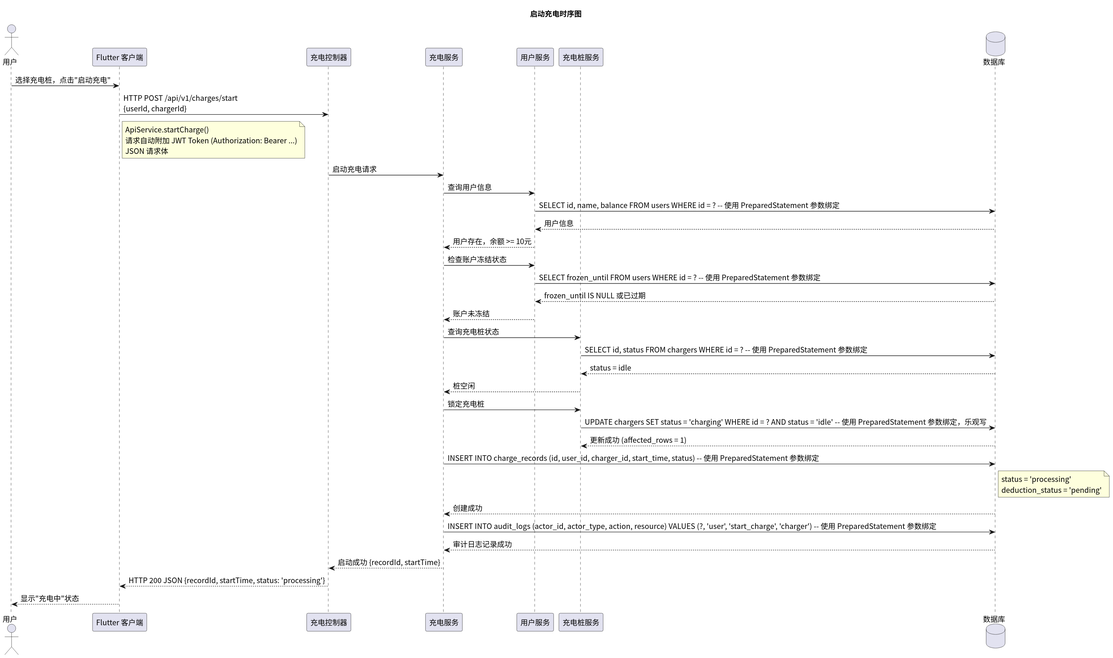
Before: time/img/sequence_charging.svg, a diagram exported from PlantUML (greenhandzdl/charging-station-doc).
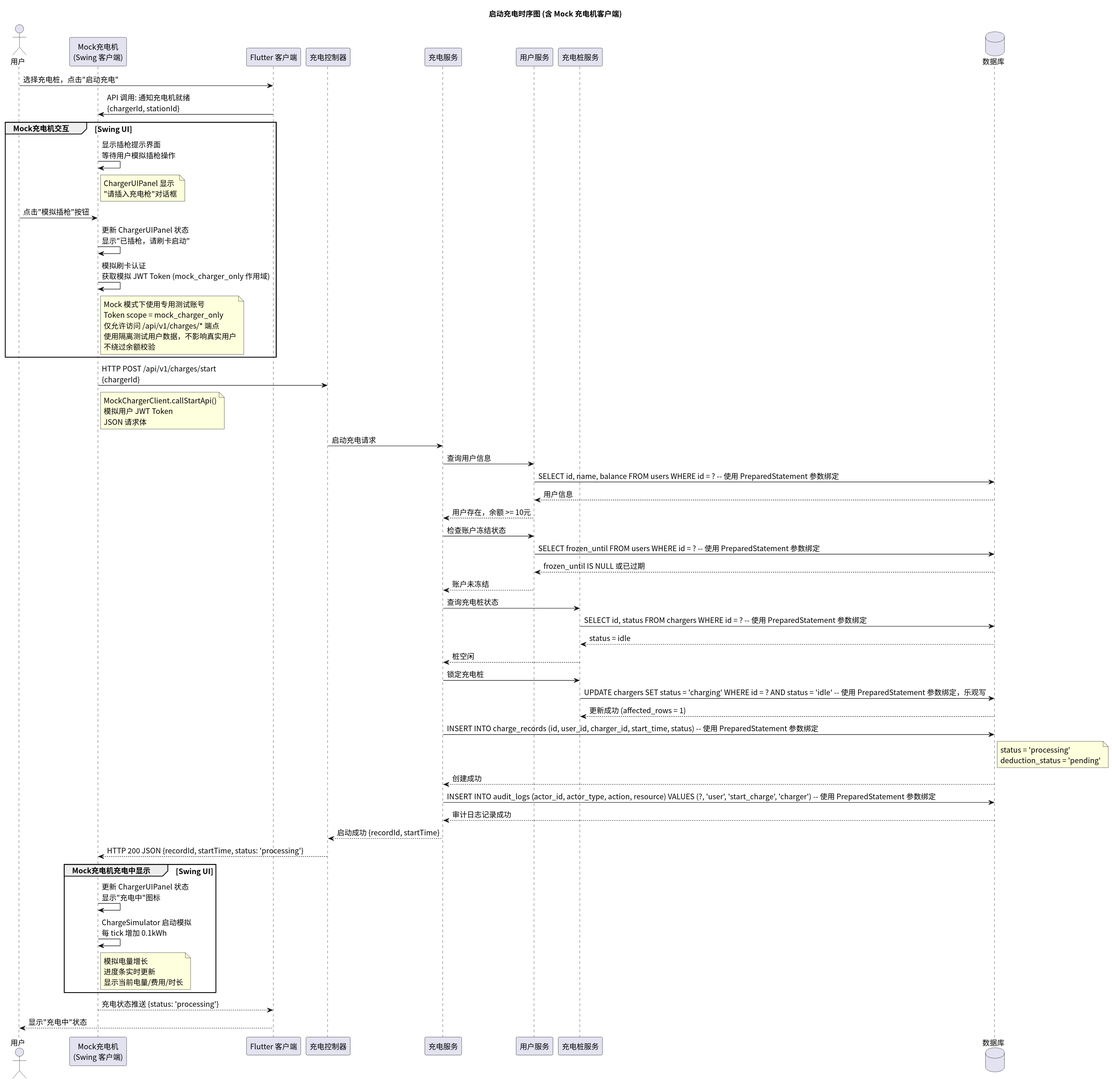
After the change.

What changed in the source:
```diff
@@ -1,9 +1,10 @@
 @startuml
 skinparam defaultFontName "Noto Sans CJK SC"
 skinparam defaultFontSize 14
-title 启动充电时序图
+title 启动充电时序图 (含 Mock 充电机客户端)
 
 actor 用户 as U
+participant "Mock充电机\n(Swing 客户端)" as MC
 participant "Flutter 客户端" as FE
 participant "充电控制器" as Ctrl
 participant "充电服务" as Service
@@ -12,8 +13,21 @@
 database 数据库 as DB
 
 U -> FE: 选择充电桩，点击"启动充电"
-FE -> Ctrl: HTTP POST /api/v1/charges/start\n{userId, chargerId}
-note right FE : ApiService.startCharge()\n请求自动附加 JWT Token (Authorization: Bearer ...)\nJSON 请求体
+FE -> MC: API 调用: 通知充电机就绪\n{chargerId, stationId}
+
+group Mock充电机交互 [Swing UI]
+  MC -> MC: 显示插枪提示界面\n等待用户模拟插枪操作
+  note right MC : ChargerUIPanel 显示\n"请插入充电枪"对话框
+
+  U -> MC: 点击"模拟插枪"按钮
+  MC -> MC: 更新 ChargerUIPanel 状态\n显示"已插枪，请刷卡启动"
+
+  MC -> MC: 模拟刷卡认证\n获取模拟 JWT Token (mock_charger_only 作用域)
+  note right MC : Mock 模式下使用专用测试账号\nToken scope = mock_charger_only\n仅允许访问 /api/v1/charges/* 端点\n使用隔离测试用户数据，不影响真实用户\n不绕过余额校验
+end
+
+MC -> Ctrl: HTTP POST /api/v1/charges/start\n{chargerId}
+note right MC : MockChargerClient.callStartApi()\n模拟用户 JWT Token\nJSON 请求体
 
 Ctrl -> Service: 启动充电请求
 
@@ -44,6 +58,14 @@
 DB --> Service: 审计日志记录成功
 
 Service --> Ctrl: 启动成功 {recordId, startTime}
-Ctrl --> FE: HTTP 200 JSON {recordId, startTime, status: 'processing'}
+Ctrl --> MC: HTTP 200 JSON {recordId, startTime, status: 'processing'}
+
+group Mock充电机充电中显示 [Swing UI]
+  MC -> MC: 更新 ChargerUIPanel 状态\n显示"充电中"图标
+  MC -> MC: ChargeSimulator 启动模拟\n每 tick 增加 0.1kWh
+  note right MC : 模拟电量增长\n进度条实时更新\n显示当前电量/费用/时长
+end
+
+MC --> FE: 充电状态推送 {status: 'processing'}
 FE --> U: 显示"充电中"状态
 @enduml
```
